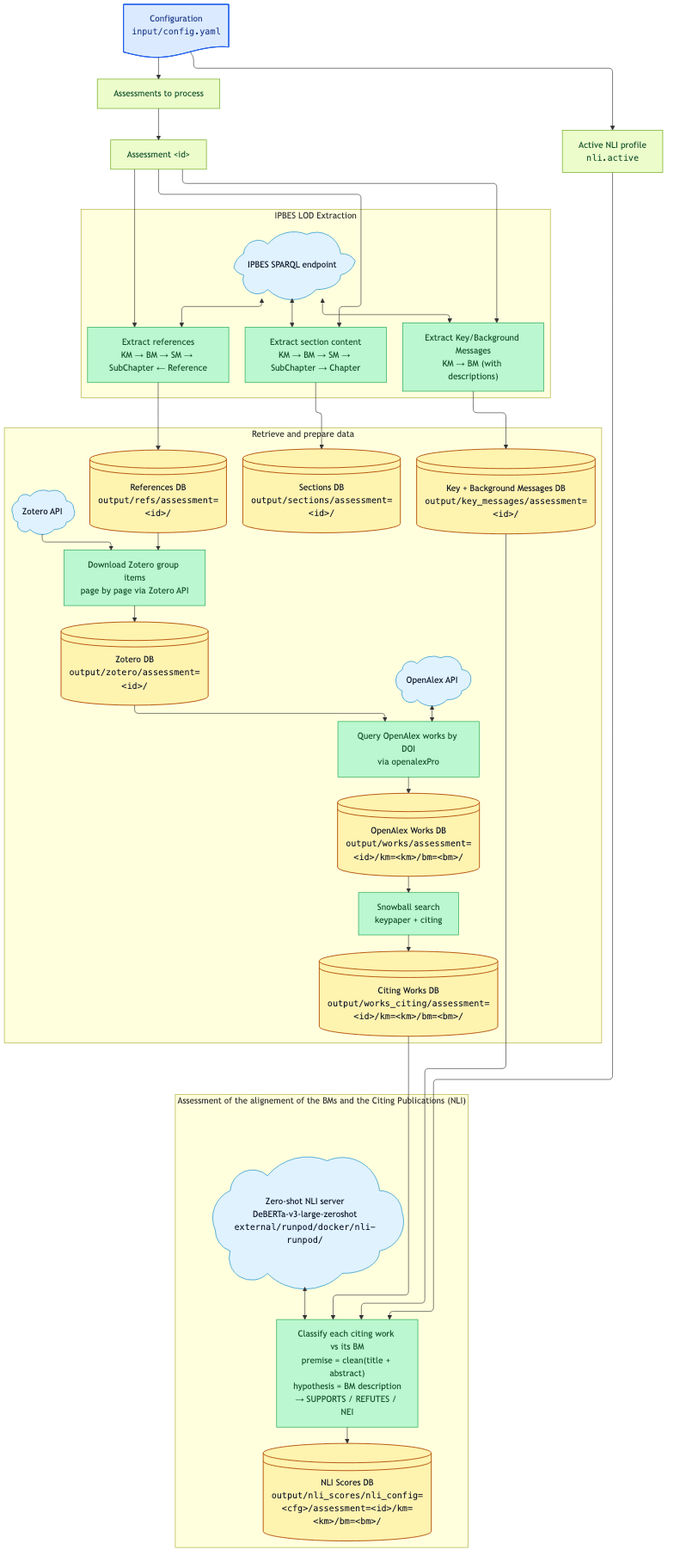
IPBES-Data/IPBES_BM_Fact_Checker keeps this Mermaid diagram as output/figures/workflow_nli.png. Above is the earlier version. Its source is kept beside it as input/mmd/workflow_nli.mmd.
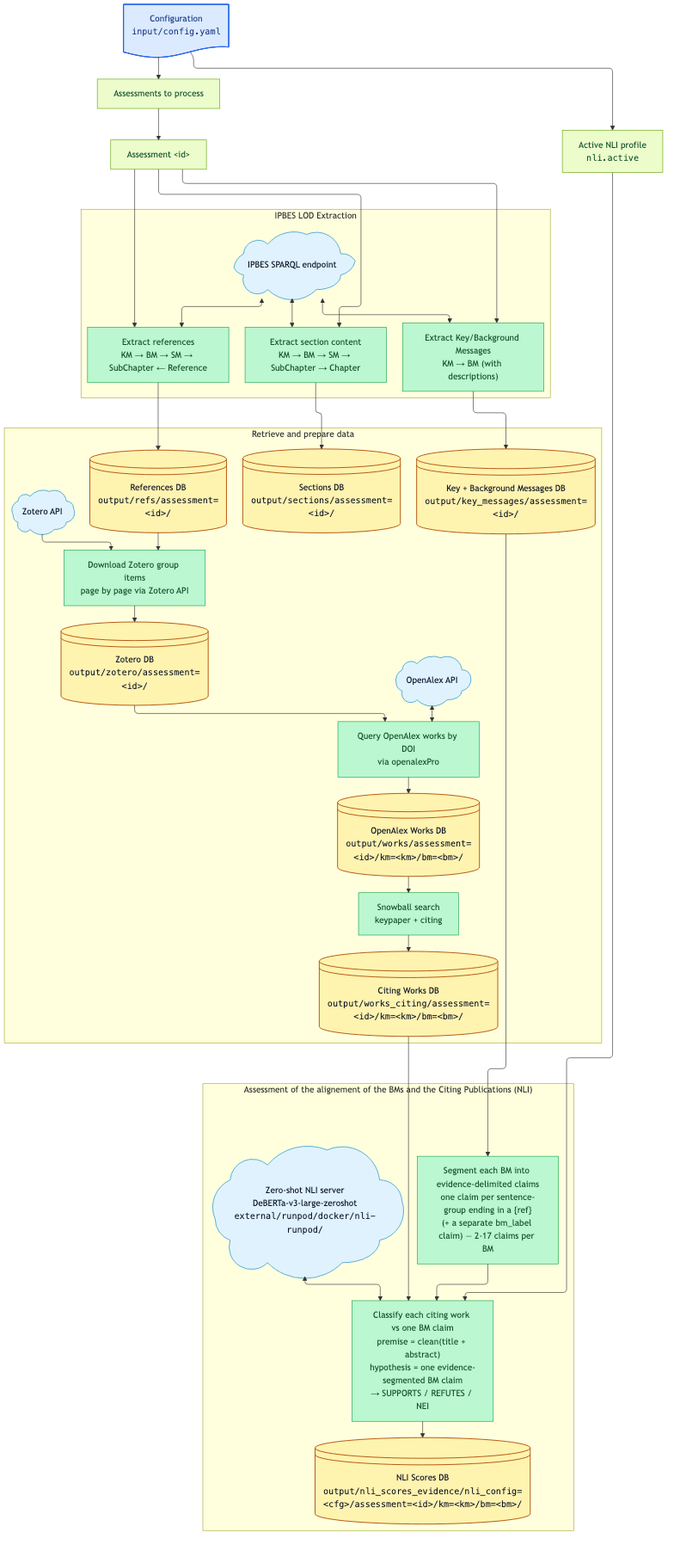
Above is the later version.

Commit message:
Fix stale-diagram gap and update workflow diagram for evidence segmentation

Change to the diagram source:
```diff
@@ -65,15 +65,17 @@
   subgraph nli_assessment["Assessment of the alignement of the BMs and the Citing Publications (NLI)"]
     direction TB
 
+    nli_segment@{ shape: rect, label: "Segment each BM into evidence-delimited claims<br/>one claim per sentence-group ending in a {ref}<br/>(+ a separate bm_label claim) — 2-17 claims per BM" }
     nli_server@{ shape: cloud, label: "Zero-shot NLI server<br/>DeBERTa-v3-large-zeroshot<br/><tt>external/runpod/docker/nli-runpod/</tt>" }
-    nli_scoring@{ shape: rect, label: "Classify each citing work vs its BM<br/>premise = clean(title + abstract)<br/>hypothesis = BM description<br/>→ SUPPORTS / REFUTES / NEI" }
-    nli_scores_db@{ shape: lin-cyl, label: "NLI Scores DB<br/><tt>output/nli_scores/nli_config=&lt;cfg&gt;/assessment=&lt;id&gt;/km=&lt;km&gt;/bm=&lt;bm&gt;/</tt>" }
+    nli_scoring@{ shape: rect, label: "Classify each citing work vs one BM claim<br/>premise = clean(title + abstract)<br/>hypothesis = one evidence-segmented BM claim<br/>→ SUPPORTS / REFUTES / NEI" }
+    nli_scores_db@{ shape: lin-cyl, label: "NLI Scores DB<br/><tt>output/nli_scores_evidence/nli_config=&lt;cfg&gt;/assessment=&lt;id&gt;/km=&lt;km&gt;/bm=&lt;bm&gt;/</tt>" }
 
+    nli_segment --> nli_scoring
     nli_server <--> nli_scoring
     nli_scoring --> nli_scores_db
   end
 
-  key_messages_db --> nli_scoring
+  key_messages_db --> nli_segment
   citing_db --> nli_scoring
 
   config_file --> nli_active
@@ -88,10 +90,10 @@
   classDef helper      fill:#e0f2fe,stroke:#0284c7,color:#0f172a,stroke-width:1px;
   classDef disabled    fill:#f1f5f9,stroke:#94a3b8,color:#64748b,stroke-width:1px,stroke-dasharray:4 3;
 
-  linkStyle 25 stroke:transparent,fill:none;
+  linkStyle 26 stroke:transparent,fill:none;
 
   class config_file input_file;
   class assessment_list,assessment_id,nli_active config;
   class citing_db,refs_db,sections_db,key_messages_db,zotero_db,works_db,nli_scores_db database;
-  class build_refs,build_sections,build_key_messages,download_zotero,download_works,snowball,nli_scoring processing;
+  class build_refs,build_sections,build_key_messages,download_zotero,download_works,snowball,nli_scoring,nli_segment processing;
   class sparql,zotero_api,openalex,nli_server helper;
```
